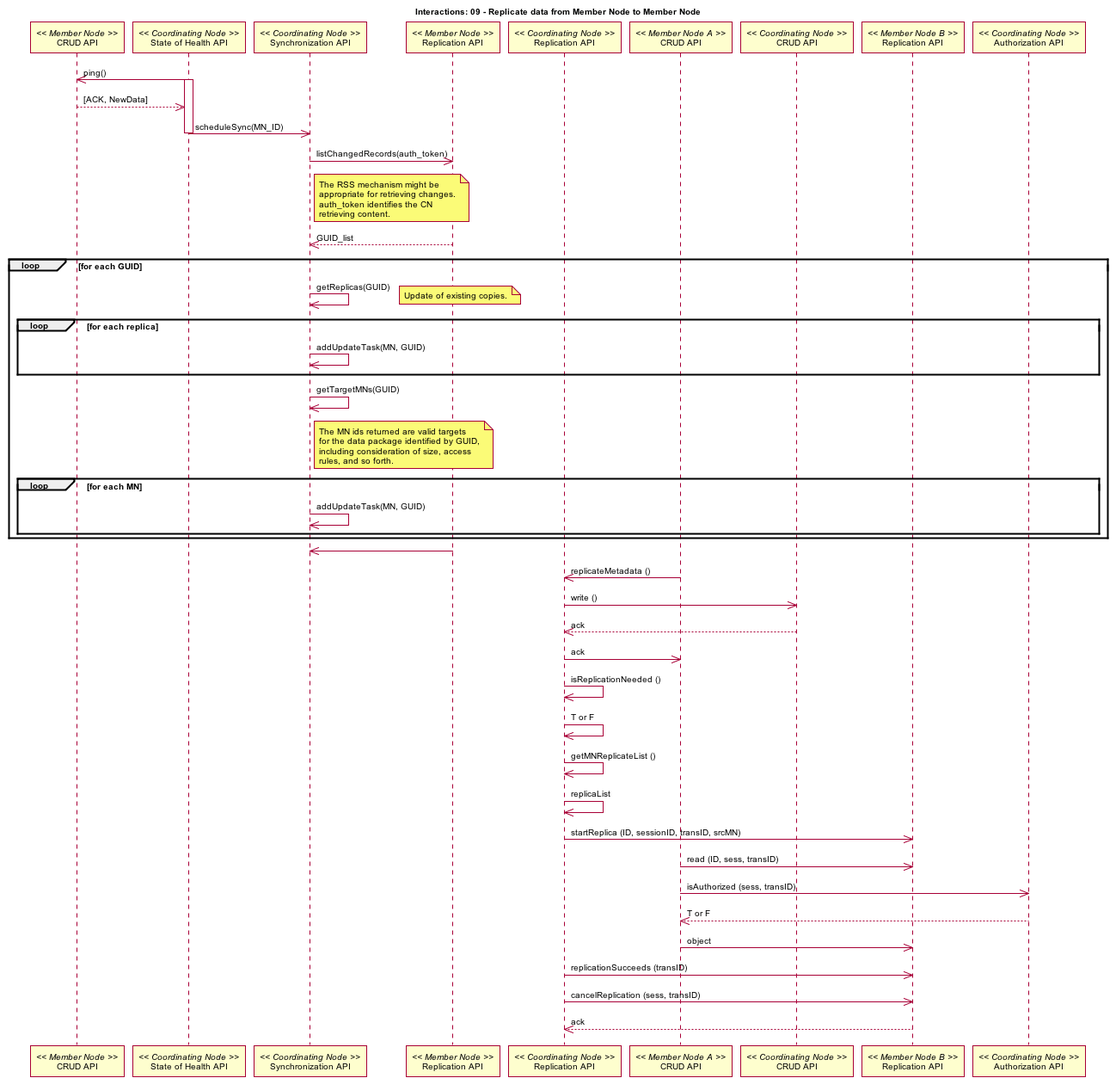
Above: source/UseCases/images/09_interaction.png in datadavev/DataONE_architecture (PlantUML), before the change. Its diagram source:
```plantuml
@startuml images/09_interaction.png
skinparam activityFontColor black
skinparam activityFontSize 10
skinparam activityFontName arial
skinparam activityArrowFontColor black
skinparam activityArrowFontSize 10
skinparam activityArrowFontName arial
skinparam classArrowFontColor black
skinparam classArrowFontSize 10
skinparam classArrowFontName arial
skinparam classAttributeFontColor black
skinparam classAttributeFontSize 10
skinparam classAttributeFontName arial
skinparam classFontColor black
skinparam classFontSize 10
skinparam classFontName arial
skinparam componentFontColor black
skinparam componentFontSize 10
skinparam componentFontName arial
skinparam componentArrowFontColor black
skinparam componentArrowFontSize 10
skinparam componentArrowFontName arial
skinparam noteFontColor black
skinparam noteFontSize 10
skinparam noteFontName arial
skinparam packageFontColor black
skinparam packageFontSize 10
skinparam packageFontName arial
skinparam sequenceActorFontColor black
skinparam sequenceActorFontSize 10
skinparam sequenceActorFontName arial
skinparam sequenceArrowFontColor black
skinparam sequenceArrowFontSize 10
skinparam sequenceArrowFontName arial
skinparam sequenceGroupingFontColor black
skinparam sequenceGroupingFontSize 10
skinparam sequenceGroupingFontName arial
skinparam sequenceGroupingHeaderFontColor black
skinparam sequenceGroupingHeaderFontSize 10
skinparam sequenceGroupingHeaderFontName arial
skinparam sequenceParticipantFontColor black
skinparam sequenceParticipantFontSize 10
skinparam sequenceParticipantFontName arial
skinparam sequenceTitleFontColor black
skinparam sequenceTitleFontSize 10
skinparam sequenceTitleFontName arial
skinparam titleFontColor black
skinparam titleFontSize 10
skinparam titleFontName arial
skinparam usecaseFontColor black
skinparam usecaseFontSize 10
skinparam usecaseFontName arial
skinparam usecaseActorFontColor black
skinparam usecaseActorFontSize 10
skinparam usecaseActorFontName arial
skinparam usecaseArrowFontColor black
skinparam usecaseArrowFontSize 10
skinparam usecaseArrowFontName arial
title Interactions: 09 - Replicate data from Member Node to Member Node
participant "CRUD API" as m_crud << Member Node >>
participant "State of Health API" as c_health << Coordinating Node >>
c_health -> m_crud: ping()
activate c_health
c_health <-- m_crud: [ACK, NewData]
participant "Synchronization API" as c_sync << Coordinating Node >>
c_health -> c_sync: scheduleSync(MN_ID)
deactivate c_health
participant "Replication API" as m_rep << Member Node >>
c_sync -> m_rep: listChangedRecords(auth_token)
note right of c_sync
The RSS mechanism might be
appropriate for retrieving changes.
auth_token identifies the CN
retrieving content.
end note
c_sync <-- m_rep: GUID_list
loop for each GUID
c_sync -> c_sync: getReplicas(GUID)
note right: Update of existing copies.
loop for each replica
c_sync -> c_sync: addUpdateTask(MN, GUID)
end
c_sync -> c_sync: getTargetMNs(GUID)
note right of c_sync
The MN ids returned are valid targets
for the data package identified by GUID,
including consideration of size, access
rules, and so forth.
end note
loop for each MN
c_sync -> c_sync: addUpdateTask(MN, GUID)
end
end
m_rep -> c_sync
participant "Replication API" as c_rep << Coordinating Node >>
participant "CRUD API" as m_crud_a << Member Node A >>
m_crud_a -> c_rep: replicateMetadata ()
participant "CRUD API" as c_crud << Coordinating Node >>
c_rep -> c_crud: write ()
c_rep <-- c_crud: ack
c_rep -> m_crud_a: ack
c_rep -> c_rep: isReplicationNeeded ()
c_rep -> c_rep: T or F
c_rep -> c_rep: getMNReplicateList ()
c_rep -> c_rep: replicaList
participant "Replication API" as m_rep_b << Member Node B >>
c_rep -> m_rep_b: startReplica (ID, sessionID, transID, srcMN)
m_crud_a -> m_rep_b: read (ID, sess, transID)
participant "Authorization API" as c_authorize << Coordinating Node >>
m_crud_a -> c_authorize: isAuthorized (sess, transID)
m_crud_a <-- c_authorize: T or F
m_crud_a -> m_rep_b: object
c_rep -> m_rep_b: replicationSucceeds (transID)
c_rep -> m_rep_b: cancelReplication (sess, transID)
c_rep <-- m_rep_b: ack
@enduml
```
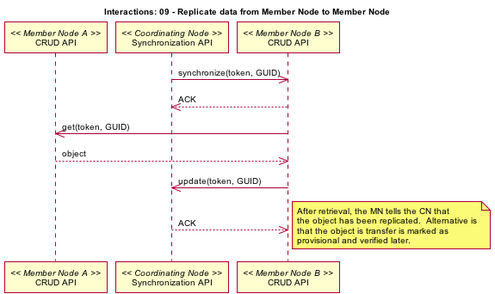
Above is the later version.

The edit, as a diff of the source:
```diff
@@ -57,60 +57,19 @@
 skinparam usecaseArrowFontSize 10
 skinparam usecaseArrowFontName arial
 title Interactions: 09 - Replicate data from Member Node to Member Node
-participant "CRUD API" as m_crud << Member Node >>
-participant "State of Health API" as c_health << Coordinating Node >>
-c_health -> m_crud: ping()
-activate c_health
-c_health <-- m_crud: [ACK, NewData]
+participant "CRUD API" as m_crud_a << Member Node A >>
 participant "Synchronization API" as c_sync << Coordinating Node >>
-c_health -> c_sync: scheduleSync(MN_ID)
-deactivate c_health
-participant "Replication API" as m_rep << Member Node >>
-c_sync -> m_rep: listChangedRecords(auth_token)
-note right of c_sync
-The RSS mechanism might be
-appropriate for retrieving changes.
-auth_token identifies the CN
-retrieving content.
+participant "CRUD API" as m_crud_b << Member Node B >>
+c_sync -> m_crud_b: synchronize(token, GUID)
+m_crud_b --> c_sync: ACK
+m_crud_b -> m_crud_a: get(token, GUID)
+m_crud_a --> m_crud_b: object
+m_crud_b -> c_sync: update(token, GUID)
+c_sync --> m_crud_b: ACK
+note right
+After retrieval, the MN tells the CN that
+the object has been replicated.  Alternative is
+that the object is transfer is marked as
+provisional and verified later.
 end note
-c_sync <-- m_rep: GUID_list
-loop for each GUID
-c_sync -> c_sync: getReplicas(GUID)
-note right: Update of existing copies.
-loop for each replica
-c_sync -> c_sync: addUpdateTask(MN, GUID)
-end
-c_sync -> c_sync: getTargetMNs(GUID)
-note right of c_sync
-The MN ids returned are valid targets
-for the data package identified by GUID,
-including consideration of size, access
-rules, and so forth.
-end note
-loop for each MN
-c_sync -> c_sync: addUpdateTask(MN, GUID)
-end
-end
-m_rep -> c_sync
-participant "Replication API" as c_rep << Coordinating Node >>
-participant "CRUD API" as m_crud_a << Member Node A >>
-m_crud_a -> c_rep: replicateMetadata ()
-participant "CRUD API" as c_crud << Coordinating Node >>
-c_rep -> c_crud: write ()
-c_rep <-- c_crud: ack
-c_rep -> m_crud_a: ack
-c_rep -> c_rep: isReplicationNeeded ()
-c_rep -> c_rep: T or F
-c_rep -> c_rep: getMNReplicateList ()
-c_rep -> c_rep: replicaList
-participant "Replication API" as m_rep_b << Member Node B >>
-c_rep -> m_rep_b: startReplica (ID, sessionID, transID, srcMN)
-m_crud_a -> m_rep_b: read (ID, sess, transID)
-participant "Authorization API" as c_authorize << Coordinating Node >>
-m_crud_a -> c_authorize: isAuthorized (sess, transID)
-m_crud_a <-- c_authorize: T or F
-m_crud_a -> m_rep_b: object
-c_rep -> m_rep_b: replicationSucceeds (transID)
-c_rep -> m_rep_b: cancelReplication (sess, transID)
-c_rep <-- m_rep_b: ack
 @enduml
```
